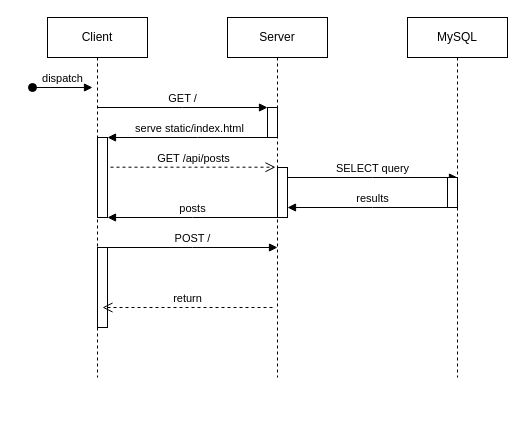
Earlier version of the draw.io diagram design/Untitled Diagram.drawio (tuningfolk/todoInGo). Source tidied: cells renumbered, new cells numbered last; positions are measured from the earlier drawing's top-left corner, leaving out a move shared by most shapes. Both pictures are drawn from the tidied source at 100%, with x=0, y=0 at pixel (32, 17).
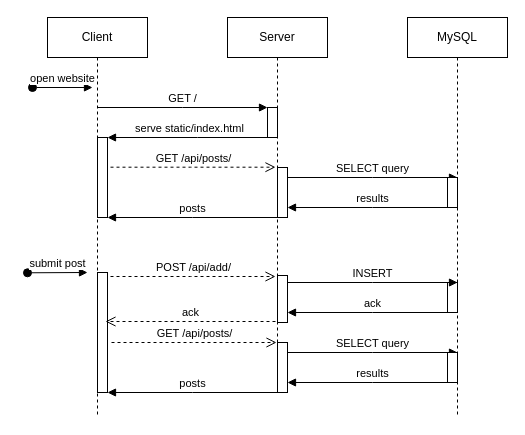
Above is the later version.

Commit message:
added /add to UML sequence diagram.drawio

The change refers to these unchanged cells:
```xml
<mxCell id="6" value="Server" style="shape=umlLifeline;perimeter=lifelinePerimeter;whiteSpace=wrap;html=1;newEdgeStyle={&quot;edgeStyle&quot;:&quot;elbowEdgeStyle&quot;,&quot;elbow&quot;:&quot;vertical&quot;,&quot;curved&quot;:0,&quot;rounded&quot;:0};" parent="1" vertex="1">
  <mxGeometry x="195" width="100" height="360" as="geometry" />
</mxCell>
```

What changed in the source:
```diff
@@
     <mxCell id="2" value="Client" style="shape=umlLifeline;perimeter=lifelinePerimeter;whiteSpace=wrap;html=1;newEdgeStyle={&quot;edgeStyle&quot;:&quot;elbowEdgeStyle&quot;,&quot;elbow&quot;:&quot;vertical&quot;,&quot;curved&quot;:0,&quot;rounded&quot;:0};" parent="1" vertex="1">
-      <mxGeometry x="15" width="100" height="360" as="geometry" />
+      <mxGeometry x="15" width="100" height="400" as="geometry" />
     </mxCell>
-    <mxCell id="3" value="dispatch" style="html=1;verticalAlign=bottom;startArrow=oval;endArrow=block;startSize=8;edgeStyle=elbowEdgeStyle;elbow=vertical;curved=0;rounded=0;" parent="2" edge="1">
+    <mxCell id="3" value="open website" style="html=1;verticalAlign=bottom;startArrow=oval;endArrow=block;startSize=8;edgeStyle=elbowEdgeStyle;elbow=vertical;curved=0;rounded=0;" parent="2" edge="1">
       <mxGeometry relative="1" as="geometry">
         <mxPoint x="-15" y="70" as="sourcePoint" />
         <mxPoint x="45" y="70.1" as="targetPoint" />
       </mxGeometry>
     </mxCell>
@@
     <mxCell id="5" style="html=1;perimeter=orthogonalPerimeter;targetShapes=umlLifeline;newEdgeStyle={&quot;edgeStyle&quot;:&quot;elbowEdgeStyle&quot;,&quot;elbow&quot;:&quot;vertical&quot;,&quot;curved&quot;:0,&quot;rounded&quot;:0};" parent="2" vertex="1">
-      <mxGeometry x="50" y="230" width="10" height="80" as="geometry" />
+      <mxGeometry x="50" y="255" width="10" height="120" as="geometry" />
     </mxCell>
@@
+    <mxCell id="19" style="html=1;perimeter=orthogonalPerimeter;targetShapes=umlLifeline;newEdgeStyle={&quot;edgeStyle&quot;:&quot;elbowEdgeStyle&quot;,&quot;elbow&quot;:&quot;vertical&quot;,&quot;curved&quot;:0,&quot;rounded&quot;:0};" parent="6" vertex="1">
+      <mxGeometry x="50" y="258" width="10" height="47" as="geometry" />
+    </mxCell>
@@
-    <mxCell id="10" value="return" style="html=1;verticalAlign=bottom;endArrow=open;dashed=1;endSize=8;edgeStyle=elbowEdgeStyle;elbow=vertical;curved=0;rounded=0;" parent="1" edge="1">
+    <mxCell id="10" value="ack" style="html=1;verticalAlign=bottom;endArrow=open;dashed=1;endSize=8;edgeStyle=elbowEdgeStyle;elbow=vertical;curved=0;rounded=0;" parent="1" edge="1">
       <mxGeometry relative="1" as="geometry">
-        <mxPoint x="240" y="290" as="sourcePoint" />
-        <mxPoint x="70" y="290" as="targetPoint" />
+        <mxPoint x="243" y="304" as="sourcePoint" />
+        <mxPoint x="73" y="304" as="targetPoint" />
         <Array as="points">
-          <mxPoint x="165" y="290" />
+          <mxPoint x="168" y="304" />
         </Array>
       </mxGeometry>
     </mxCell>
@@
-    <mxCell id="12" value="GET /api/posts" style="html=1;verticalAlign=bottom;endArrow=open;dashed=1;endSize=8;edgeStyle=elbowEdgeStyle;elbow=vertical;curved=0;rounded=0;" parent="1" edge="1">
+    <mxCell id="12" value="GET /api/posts/" style="html=1;verticalAlign=bottom;endArrow=open;dashed=1;endSize=8;edgeStyle=elbowEdgeStyle;elbow=vertical;curved=0;rounded=0;" parent="1" edge="1">
       <mxGeometry relative="1" as="geometry">
         <mxPoint x="78" y="149.7" as="sourcePoint" />
         <mxPoint x="243" y="149.7" as="targetPoint" />
         <Array as="points">
           <mxPoint x="158" y="149.7" />
         </Array>
       </mxGeometry>
     </mxCell>
     <mxCell id="13" value="MySQL" style="shape=umlLifeline;perimeter=lifelinePerimeter;whiteSpace=wrap;html=1;newEdgeStyle={&quot;edgeStyle&quot;:&quot;elbowEdgeStyle&quot;,&quot;elbow&quot;:&quot;vertical&quot;,&quot;curved&quot;:0,&quot;rounded&quot;:0};" parent="1" vertex="1">
-      <mxGeometry x="375" width="100" height="360" as="geometry" />
+      <mxGeometry x="375" width="100" height="400" as="geometry" />
     </mxCell>
@@
+    <mxCell id="20" style="html=1;perimeter=orthogonalPerimeter;targetShapes=umlLifeline;newEdgeStyle={&quot;edgeStyle&quot;:&quot;elbowEdgeStyle&quot;,&quot;elbow&quot;:&quot;vertical&quot;,&quot;curved&quot;:0,&quot;rounded&quot;:0};" parent="13" vertex="1">
+      <mxGeometry x="40" y="265" width="10" height="30" as="geometry" />
+    </mxCell>
@@
-    <mxCell id="18" value="POST /" style="html=1;verticalAlign=bottom;endArrow=block;edgeStyle=elbowEdgeStyle;elbow=vertical;curved=0;rounded=0;" parent="1" edge="1">
-      <mxGeometry relative="1" as="geometry">
-        <mxPoint x="75" y="230" as="sourcePoint" />
-        <mxPoint x="245" y="230" as="targetPoint" />
-        <Array as="points">
-          <mxPoint x="160" y="230" />
-        </Array>
-      </mxGeometry>
-    </mxCell>
+    <mxCell id="21" value="submit post" style="html=1;verticalAlign=bottom;startArrow=oval;endArrow=block;startSize=8;edgeStyle=elbowEdgeStyle;elbow=vertical;curved=0;rounded=0;" parent="1" edge="1">
+      <mxGeometry relative="1" as="geometry">
+        <mxPoint x="-5" y="255.3" as="sourcePoint" />
+        <mxPoint x="55" y="255.5" as="targetPoint" />
+      </mxGeometry>
+    </mxCell>
+    <mxCell id="22" value="INSERT" style="html=1;verticalAlign=bottom;endArrow=block;edgeStyle=elbowEdgeStyle;elbow=vertical;curved=0;rounded=0;" parent="1" edge="1">
+      <mxGeometry relative="1" as="geometry">
+        <mxPoint x="255" y="265" as="sourcePoint" />
+        <mxPoint x="425" y="265" as="targetPoint" />
+        <Array as="points">
+          <mxPoint x="340" y="265" />
+        </Array>
+      </mxGeometry>
+    </mxCell>
+    <mxCell id="23" value="ack" style="html=1;verticalAlign=bottom;endArrow=block;edgeStyle=elbowEdgeStyle;elbow=vertical;curved=0;rounded=0;" parent="1" edge="1">
+      <mxGeometry relative="1" as="geometry">
+        <mxPoint x="425" y="295" as="sourcePoint" />
+        <mxPoint x="255" y="295" as="targetPoint" />
+        <Array as="points">
+          <mxPoint x="340" y="295" />
+        </Array>
+      </mxGeometry>
+    </mxCell>
+    <mxCell id="24" value="POST /api/add/" style="html=1;verticalAlign=bottom;endArrow=open;dashed=1;endSize=8;edgeStyle=elbowEdgeStyle;elbow=vertical;curved=0;rounded=0;" parent="1" edge="1">
+      <mxGeometry relative="1" as="geometry">
+        <mxPoint x="78" y="259" as="sourcePoint" />
+        <mxPoint x="243" y="259" as="targetPoint" />
+        <Array as="points">
+          <mxPoint x="158" y="259" />
+        </Array>
+      </mxGeometry>
+    </mxCell>
+    <mxCell id="25" value="GET /api/posts/" style="html=1;verticalAlign=bottom;endArrow=open;dashed=1;endSize=8;edgeStyle=elbowEdgeStyle;elbow=vertical;curved=0;rounded=0;" parent="1" edge="1">
+      <mxGeometry relative="1" as="geometry">
+        <mxPoint x="79" y="325" as="sourcePoint" />
+        <mxPoint x="244" y="325" as="targetPoint" />
+        <Array as="points">
+          <mxPoint x="159" y="325" />
+        </Array>
+      </mxGeometry>
+    </mxCell>
+    <mxCell id="26" style="html=1;perimeter=orthogonalPerimeter;targetShapes=umlLifeline;newEdgeStyle={&quot;edgeStyle&quot;:&quot;elbowEdgeStyle&quot;,&quot;elbow&quot;:&quot;vertical&quot;,&quot;curved&quot;:0,&quot;rounded&quot;:0};" parent="1" vertex="1">
+      <mxGeometry x="245" y="325" width="10" height="50" as="geometry" />
+    </mxCell>
+    <mxCell id="27" value="SELECT query" style="html=1;verticalAlign=bottom;endArrow=block;edgeStyle=elbowEdgeStyle;elbow=vertical;curved=0;rounded=0;" parent="1" edge="1">
+      <mxGeometry relative="1" as="geometry">
+        <mxPoint x="255" y="335" as="sourcePoint" />
+        <mxPoint x="425" y="335" as="targetPoint" />
+        <Array as="points">
+          <mxPoint x="340" y="335" />
+        </Array>
+      </mxGeometry>
+    </mxCell>
+    <mxCell id="28" style="html=1;perimeter=orthogonalPerimeter;targetShapes=umlLifeline;newEdgeStyle={&quot;edgeStyle&quot;:&quot;elbowEdgeStyle&quot;,&quot;elbow&quot;:&quot;vertical&quot;,&quot;curved&quot;:0,&quot;rounded&quot;:0};" parent="1" vertex="1">
+      <mxGeometry x="415" y="335" width="10" height="30" as="geometry" />
+    </mxCell>
+    <mxCell id="29" value="results" style="html=1;verticalAlign=bottom;endArrow=block;edgeStyle=elbowEdgeStyle;elbow=vertical;curved=0;rounded=0;" parent="1" edge="1">
+      <mxGeometry relative="1" as="geometry">
+        <mxPoint x="425" y="365" as="sourcePoint" />
+        <mxPoint x="255" y="365" as="targetPoint" />
+        <Array as="points">
+          <mxPoint x="340" y="365" />
+        </Array>
+      </mxGeometry>
+    </mxCell>
+    <mxCell id="30" value="posts" style="html=1;verticalAlign=bottom;endArrow=block;edgeStyle=elbowEdgeStyle;elbow=vertical;curved=0;rounded=0;" parent="1" edge="1">
+      <mxGeometry relative="1" as="geometry">
+        <mxPoint x="245" y="375" as="sourcePoint" />
+        <mxPoint x="75" y="375" as="targetPoint" />
+        <Array as="points">
+          <mxPoint x="160" y="375" />
+        </Array>
+      </mxGeometry>
+    </mxCell>
```
